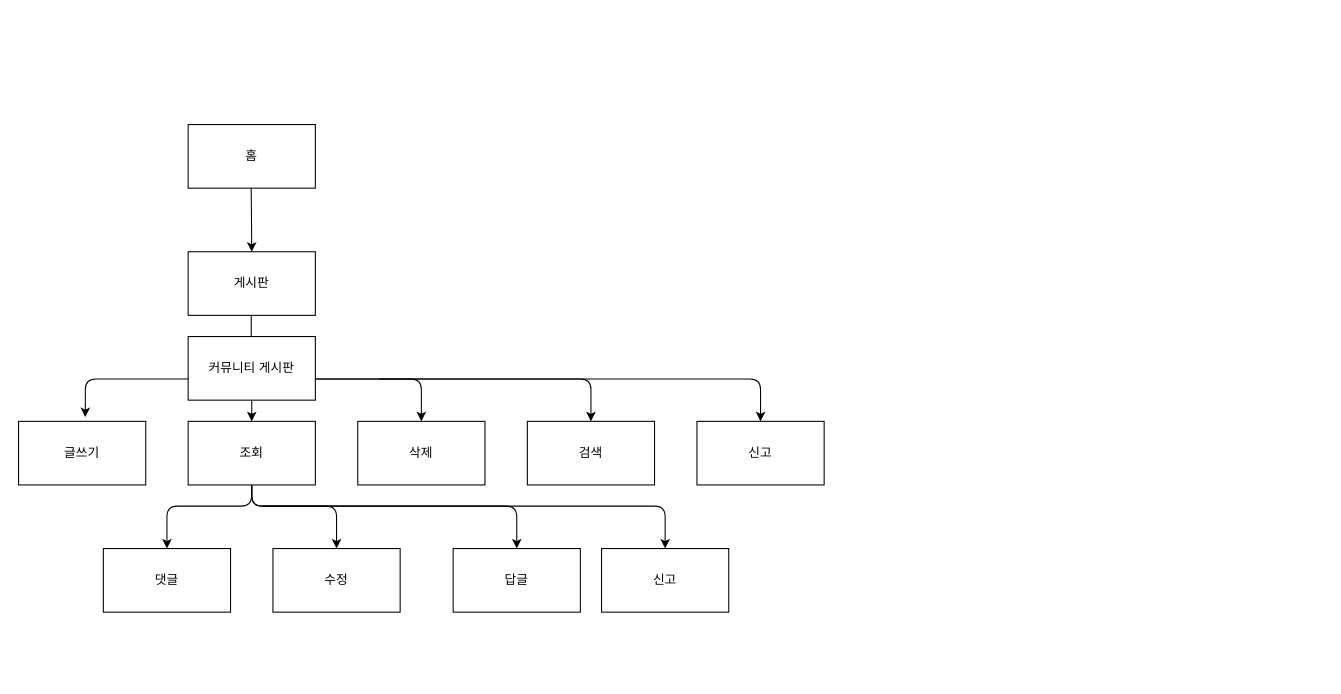
Above: page "Page-1" (1 of 2) of Untitled Diagram.drawio in Janggeun-Lee/mygit (draw.io), before the change. Source tidied: cells renumbered, new cells numbered last; positions are measured from the earlier drawing's top-left corner, leaving out a move shared by most shapes. Both pictures are drawn from the tidied source at 106%, with x=0, y=0 at pixel (18, 124).
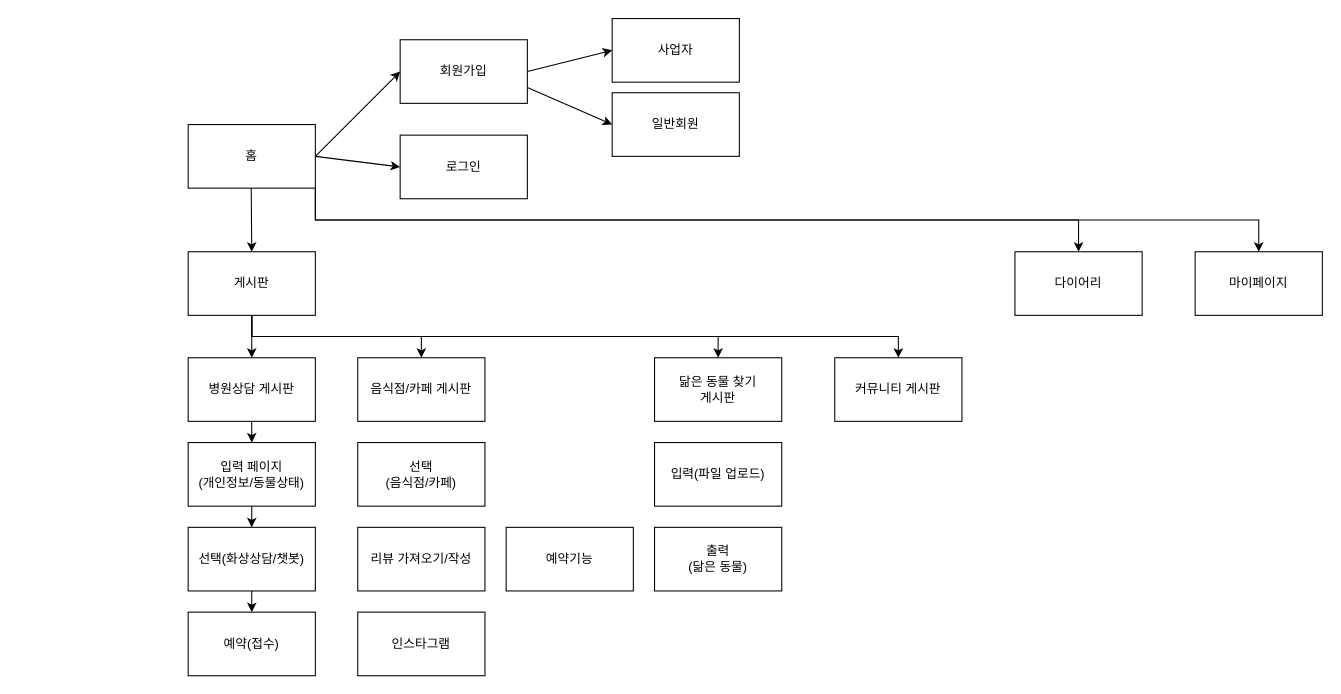
Above is the later version.

Unchanged cells that the change refers to:
```xml
<mxCell id="2" value="홈" style="rounded=0;whiteSpace=wrap;html=1;" parent="1" vertex="1">
  <mxGeometry x="160" width="120" height="60" as="geometry" />
</mxCell>
<mxCell id="4" value="게시판" style="rounded=0;whiteSpace=wrap;html=1;" parent="1" vertex="1">
  <mxGeometry x="160" y="120" width="120" height="60" as="geometry" />
</mxCell>
```

The edit, as a diff of the source:
```diff
@@
+    <mxCell id="25" style="edgeStyle=orthogonalEdgeStyle;rounded=0;jettySize=auto;html=1;exitX=1;exitY=1;exitDx=0;exitDy=0;" parent="1" edge="1" source="2" target="40">
+      <mxGeometry relative="1" as="geometry" />
+    </mxCell>
+    <mxCell id="26" style="edgeStyle=orthogonalEdgeStyle;rounded=0;jettySize=auto;html=1;exitX=1;exitY=1;exitDx=0;exitDy=0;" parent="1" edge="1" source="2" target="41">
+      <mxGeometry relative="1" as="geometry" />
+    </mxCell>
@@
+    <mxCell id="27" style="edgeStyle=orthogonalEdgeStyle;rounded=0;jettySize=auto;html=1;exitX=0.5;exitY=1;exitDx=0;exitDy=0;" parent="1" edge="1" source="4" target="47">
+      <mxGeometry relative="1" as="geometry" />
+    </mxCell>
+    <mxCell id="28" style="edgeStyle=orthogonalEdgeStyle;rounded=0;jettySize=auto;html=1;exitX=0.5;exitY=1;exitDx=0;exitDy=0;" parent="1" edge="1" source="4" target="52">
+      <mxGeometry relative="1" as="geometry" />
+    </mxCell>
+    <mxCell id="29" style="edgeStyle=orthogonalEdgeStyle;rounded=0;jettySize=auto;html=1;exitX=0.5;exitY=1;exitDx=0;exitDy=0;" parent="1" edge="1" source="4" target="55">
+      <mxGeometry relative="1" as="geometry" />
+    </mxCell>
+    <mxCell id="30" style="edgeStyle=orthogonalEdgeStyle;rounded=0;jettySize=auto;html=1;exitX=0.5;exitY=1;exitDx=0;exitDy=0;entryX=0.5;entryY=0;entryDx=0;entryDy=0;" parent="1" edge="1" source="4" target="6">
+      <mxGeometry relative="1" as="geometry" />
+    </mxCell>
@@
-    <mxCell id="5" style="endArrow=classic;html=1;" parent="1" edge="1">
-      <mxGeometry relative="1" as="geometry">
-        <mxPoint x="219.5" y="180" as="sourcePoint" />
-        <mxPoint x="219.5" y="230" as="targetPoint" />
-      </mxGeometry>
-    </mxCell>
+    <mxCell id="31" value="회원가입" style="rounded=0;whiteSpace=wrap;html=1;" parent="1" vertex="1">
+      <mxGeometry x="360" y="-80" width="120" height="60" as="geometry" />
+    </mxCell>
+    <mxCell id="32" value="로그인" style="rounded=0;whiteSpace=wrap;html=1;" parent="1" vertex="1">
+      <mxGeometry x="360" y="10" width="120" height="60" as="geometry" />
+    </mxCell>
+    <mxCell id="33" style="endArrow=classic;html=1;exitX=1;exitY=0.5;exitDx=0;exitDy=0;entryX=0;entryY=0.5;entryDx=0;entryDy=0;" parent="1" edge="1" source="2" target="32">
+      <mxGeometry relative="1" as="geometry" />
+    </mxCell>
+    <mxCell id="34" style="endArrow=classic;html=1;entryX=0;entryY=0.5;entryDx=0;entryDy=0;" parent="1" edge="1" target="31">
+      <mxGeometry relative="1" as="geometry">
+        <mxPoint x="280" y="30" as="sourcePoint" />
+      </mxGeometry>
+    </mxCell>
+    <mxCell id="35" style="edgeStyle=orthogonalEdgeStyle;rounded=0;orthogonalLoop=1;jettySize=auto;html=1;exitX=0.5;exitY=1;exitDx=0;exitDy=0;" parent="1" edge="1" source="32" target="32">
+      <mxGeometry relative="1" as="geometry" />
+    </mxCell>
+    <mxCell id="36" style="endArrow=classic;html=1;exitX=1;exitY=0.5;exitDx=0;exitDy=0;entryX=0;entryY=0.5;entryDx=0;entryDy=0;" parent="1" edge="1" source="31" target="38">
+      <mxGeometry relative="1" as="geometry" />
+    </mxCell>
+    <mxCell id="37" style="endArrow=classic;html=1;exitX=1;exitY=0.75;exitDx=0;exitDy=0;entryX=0;entryY=0.5;entryDx=0;entryDy=0;" parent="1" edge="1" source="31" target="39">
+      <mxGeometry relative="1" as="geometry" />
+    </mxCell>
+    <mxCell id="38" value="사업자" style="rounded=0;whiteSpace=wrap;html=1;" parent="1" vertex="1">
+      <mxGeometry x="560" y="-100" width="120" height="60" as="geometry" />
+    </mxCell>
+    <mxCell id="39" value="일반회원" style="rounded=0;whiteSpace=wrap;html=1;" parent="1" vertex="1">
+      <mxGeometry x="560" y="-30" width="120" height="60" as="geometry" />
+    </mxCell>
+    <mxCell id="40" value="다이어리" style="rounded=0;whiteSpace=wrap;html=1;" parent="1" vertex="1">
+      <mxGeometry x="940" y="120" width="120" height="60" as="geometry" />
+    </mxCell>
+    <mxCell id="41" value="마이페이지" style="rounded=0;whiteSpace=wrap;html=1;" parent="1" vertex="1">
+      <mxGeometry x="1110" y="120" width="120" height="60" as="geometry" />
+    </mxCell>
+    <mxCell id="42" style="edgeStyle=orthogonalEdgeStyle;rounded=0;jettySize=auto;html=1;exitX=0.5;exitY=1;exitDx=0;exitDy=0;entryX=0.5;entryY=0;entryDx=0;entryDy=0;" parent="1" edge="1" source="43" target="48">
+      <mxGeometry relative="1" as="geometry" />
+    </mxCell>
+    <mxCell id="43" value="선택(화상상담/챗봇)" style="rounded=0;whiteSpace=wrap;html=1;" parent="1" vertex="1">
+      <mxGeometry x="160" y="380" width="120" height="60" as="geometry" />
+    </mxCell>
+    <mxCell id="44" style="edgeStyle=orthogonalEdgeStyle;rounded=0;jettySize=auto;html=1;exitX=0.5;exitY=1;exitDx=0;exitDy=0;entryX=0.5;entryY=0;entryDx=0;entryDy=0;" parent="1" edge="1" source="45" target="43">
+      <mxGeometry relative="1" as="geometry" />
+    </mxCell>
+    <mxCell id="45" value="입력 페이지&lt;br&gt;(개인정보/동물상태)" style="rounded=0;whiteSpace=wrap;html=1;" parent="1" vertex="1">
+      <mxGeometry x="160" y="300" width="120" height="60" as="geometry" />
+    </mxCell>
+    <mxCell id="46" style="edgeStyle=orthogonalEdgeStyle;rounded=0;jettySize=auto;html=1;exitX=0.5;exitY=1;exitDx=0;exitDy=0;" parent="1" edge="1" source="47" target="45">
+      <mxGeometry relative="1" as="geometry" />
+    </mxCell>
+    <mxCell id="47" value="병원상담 게시판" style="rounded=0;whiteSpace=wrap;html=1;" parent="1" vertex="1">
+      <mxGeometry x="160" y="220" width="120" height="60" as="geometry" />
+    </mxCell>
+    <mxCell id="48" value="예약(접수)" style="rounded=0;whiteSpace=wrap;html=1;" parent="1" vertex="1">
+      <mxGeometry x="160" y="460" width="120" height="60" as="geometry" />
+    </mxCell>
+    <mxCell id="49" value="인스타그램" style="rounded=0;whiteSpace=wrap;html=1;" parent="1" vertex="1">
+      <mxGeometry x="320" y="460" width="120" height="60" as="geometry" />
+    </mxCell>
+    <mxCell id="50" value="리뷰 가져오기/작성" style="rounded=0;whiteSpace=wrap;html=1;" parent="1" vertex="1">
+      <mxGeometry x="320" y="380" width="120" height="60" as="geometry" />
+    </mxCell>
+    <mxCell id="51" value="선택&lt;br&gt;(음식점/카페)" style="rounded=0;whiteSpace=wrap;html=1;" parent="1" vertex="1">
+      <mxGeometry x="320" y="300" width="120" height="60" as="geometry" />
+    </mxCell>
+    <mxCell id="52" value="음식점/카페 게시판" style="rounded=0;whiteSpace=wrap;html=1;" parent="1" vertex="1">
+      <mxGeometry x="320" y="220" width="120" height="60" as="geometry" />
+    </mxCell>
+    <mxCell id="53" value="출력&lt;br&gt;(닮은 동물)" style="rounded=0;whiteSpace=wrap;html=1;" parent="1" vertex="1">
+      <mxGeometry x="600" y="380" width="120" height="60" as="geometry" />
+    </mxCell>
+    <mxCell id="54" value="입력(파일 업로드)" style="rounded=0;whiteSpace=wrap;html=1;" parent="1" vertex="1">
+      <mxGeometry x="600" y="300" width="120" height="60" as="geometry" />
+    </mxCell>
+    <mxCell id="55" value="닮은 동물 찾기&lt;br&gt;게시판" style="rounded=0;whiteSpace=wrap;html=1;" parent="1" vertex="1">
+      <mxGeometry x="600" y="220" width="120" height="60" as="geometry" />
+    </mxCell>
+    <mxCell id="56" value="예약기능" style="rounded=0;whiteSpace=wrap;html=1;" parent="1" vertex="1">
+      <mxGeometry x="460" y="380" width="120" height="60" as="geometry" />
+    </mxCell>
     <mxCell id="6" value="커뮤니티 게시판" style="rounded=0;whiteSpace=wrap;html=1;" parent="1" vertex="1">
-      <mxGeometry x="160" y="200" width="120" height="60" as="geometry" />
+      <mxGeometry x="770" y="220" width="120" height="60" as="geometry" />
     </mxCell>
-    <mxCell id="7" style="endArrow=classic;html=1;" parent="1" edge="1">
-      <mxGeometry relative="1" as="geometry">
-        <mxPoint x="160" y="240" as="sourcePoint" />
-        <mxPoint x="63" y="276" as="targetPoint" />
-        <Array as="points">
-          <mxPoint x="63" y="240" />
-        </Array>
-      </mxGeometry>
-    </mxCell>
-    <mxCell id="8" value="글쓰기" style="rounded=0;whiteSpace=wrap;html=1;" parent="1" vertex="1">
-      <mxGeometry y="280" width="120" height="60" as="geometry" />
-    </mxCell>
-    <mxCell id="9" style="endArrow=classic;html=1;exitX=0.5;exitY=1;exitDx=0;exitDy=0;" parent="1" edge="1" source="6">
-      <mxGeometry relative="1" as="geometry">
-        <mxPoint x="220" y="280" as="targetPoint" />
-      </mxGeometry>
-    </mxCell>
-    <mxCell id="10" value="조회" style="rounded=0;whiteSpace=wrap;html=1;" parent="1" vertex="1">
-      <mxGeometry x="160" y="280" width="120" height="60" as="geometry" />
-    </mxCell>
-    <mxCell id="11" style="endArrow=classic;html=1;exitX=1;exitY=0.5;exitDx=0;exitDy=0;" parent="1" edge="1">
-      <mxGeometry relative="1" as="geometry">
-        <mxPoint x="280" y="240" as="sourcePoint" />
-        <mxPoint x="380" y="280" as="targetPoint" />
-        <Array as="points">
-          <mxPoint x="380" y="240" />
-        </Array>
-      </mxGeometry>
-    </mxCell>
-    <mxCell id="12" value="삭제" style="rounded=0;whiteSpace=wrap;html=1;" parent="1" vertex="1">
-      <mxGeometry x="320" y="280" width="120" height="60" as="geometry" />
-    </mxCell>
-    <mxCell id="13" style="endArrow=classic;html=1;" parent="1" edge="1">
-      <mxGeometry relative="1" as="geometry">
-        <mxPoint x="340" y="240" as="sourcePoint" />
-        <mxPoint x="540" y="280" as="targetPoint" />
-        <Array as="points">
-          <mxPoint x="540" y="240" />
-        </Array>
-      </mxGeometry>
-    </mxCell>
-    <mxCell id="14" value="검색" style="rounded=0;whiteSpace=wrap;html=1;" parent="1" vertex="1">
-      <mxGeometry x="480" y="280" width="120" height="60" as="geometry" />
-    </mxCell>
-    <mxCell id="15" style="endArrow=classic;html=1;exitX=0.5;exitY=1;exitDx=0;exitDy=0;" parent="1" edge="1" source="10">
-      <mxGeometry relative="1" as="geometry">
-        <mxPoint x="140" y="400" as="targetPoint" />
-        <Array as="points">
-          <mxPoint x="220" y="360" />
-          <mxPoint x="140" y="360" />
-        </Array>
-      </mxGeometry>
-    </mxCell>
-    <mxCell id="16" style="endArrow=classic;html=1;exitX=0.5;exitY=1;exitDx=0;exitDy=0;" parent="1" edge="1" source="10">
-      <mxGeometry relative="1" as="geometry">
-        <mxPoint x="300" y="400" as="targetPoint" />
-        <Array as="points">
-          <mxPoint x="220" y="360" />
-          <mxPoint x="300" y="360" />
-        </Array>
-      </mxGeometry>
-    </mxCell>
-    <mxCell id="17" value="댓글" style="rounded=0;whiteSpace=wrap;html=1;" parent="1" vertex="1">
-      <mxGeometry x="80" y="400" width="120" height="60" as="geometry" />
-    </mxCell>
-    <mxCell id="18" value="수정" style="rounded=0;whiteSpace=wrap;html=1;" parent="1" vertex="1">
-      <mxGeometry x="240" y="400" width="120" height="60" as="geometry" />
-    </mxCell>
-    <mxCell id="19" style="endArrow=classic;html=1;" parent="1" edge="1">
-      <mxGeometry relative="1" as="geometry">
-        <mxPoint x="230" y="360" as="sourcePoint" />
-        <mxPoint x="470" y="400" as="targetPoint" />
-        <Array as="points">
-          <mxPoint x="470" y="360" />
-        </Array>
-      </mxGeometry>
-    </mxCell>
-    <mxCell id="20" value="답글" style="rounded=0;whiteSpace=wrap;html=1;" parent="1" vertex="1">
-      <mxGeometry x="410" y="400" width="120" height="60" as="geometry" />
-    </mxCell>
-    <mxCell id="21" value="신고" style="rounded=0;whiteSpace=wrap;html=1;" parent="1" vertex="1">
-      <mxGeometry x="640" y="280" width="120" height="60" as="geometry" />
-    </mxCell>
-    <mxCell id="22" value="신고" style="rounded=0;whiteSpace=wrap;html=1;" parent="1" vertex="1">
-      <mxGeometry x="550" y="400" width="120" height="60" as="geometry" />
-    </mxCell>
-    <mxCell id="23" style="endArrow=classic;html=1;entryX=0.5;entryY=0;entryDx=0;entryDy=0;" parent="1" edge="1" target="21">
-      <mxGeometry relative="1" as="geometry">
-        <mxPoint x="280" y="240" as="sourcePoint" />
-        <Array as="points">
-          <mxPoint x="700" y="240" />
-        </Array>
-      </mxGeometry>
-    </mxCell>
-    <mxCell id="24" style="endArrow=classic;html=1;entryX=0.5;entryY=0;entryDx=0;entryDy=0;" parent="1" edge="1" target="22">
-      <mxGeometry relative="1" as="geometry">
-        <mxPoint x="220" y="340" as="sourcePoint" />
-        <Array as="points">
-          <mxPoint x="220" y="360" />
-          <mxPoint x="610" y="360" />
-        </Array>
-      </mxGeometry>
-    </mxCell>
```
